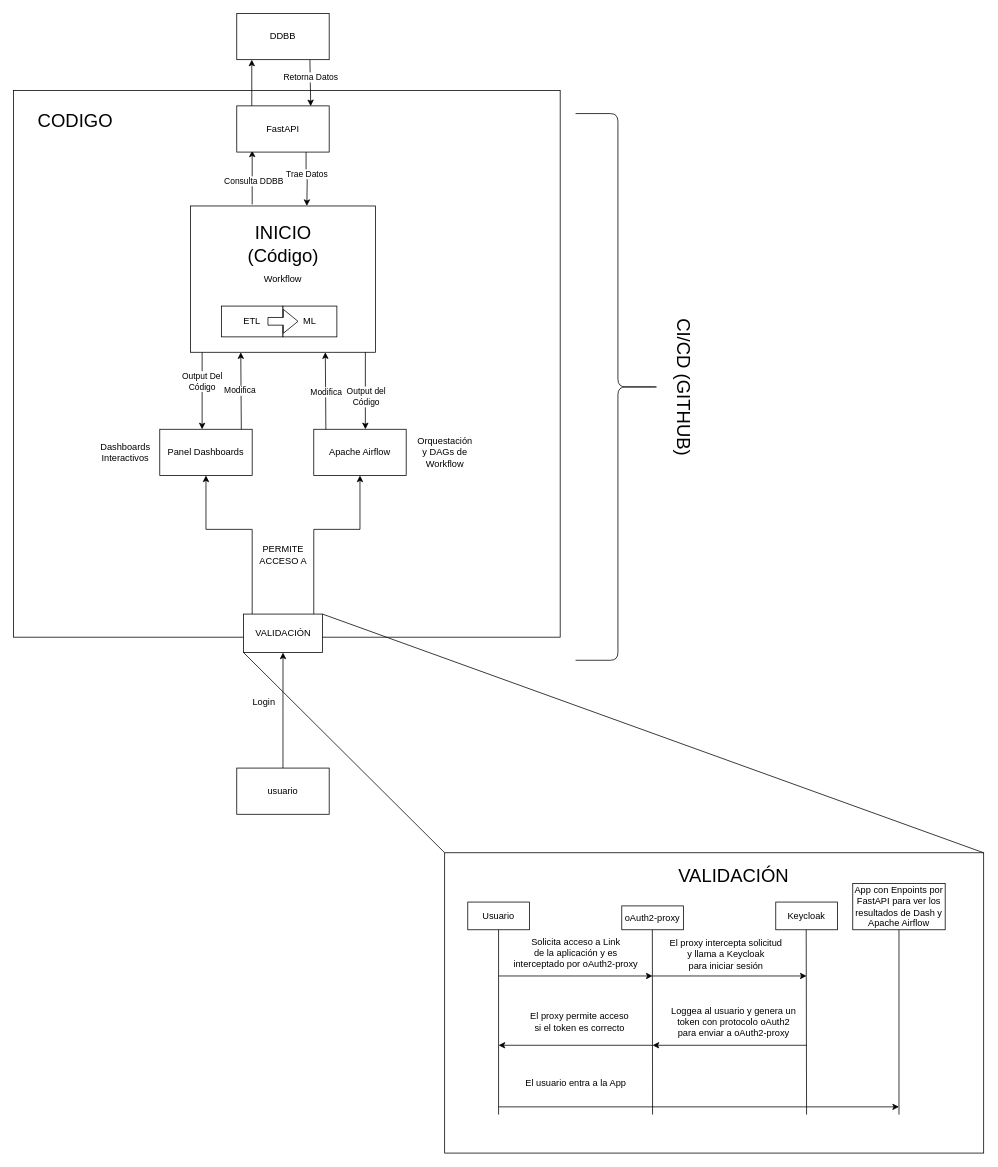
The draw.io diagram page "Diagrama general" (1 of 2) of otros/EGI-ML.drawio in Ml-For-Academic-Data/egi-frontend-prueba, before the edit. Source tidied: cells renumbered, new cells numbered last; positions are measured from the earlier drawing's top-left corner, leaving out a move shared by most shapes. Both pictures are drawn from the tidied source at 77%, with x=0, y=0 at pixel (13, 13).
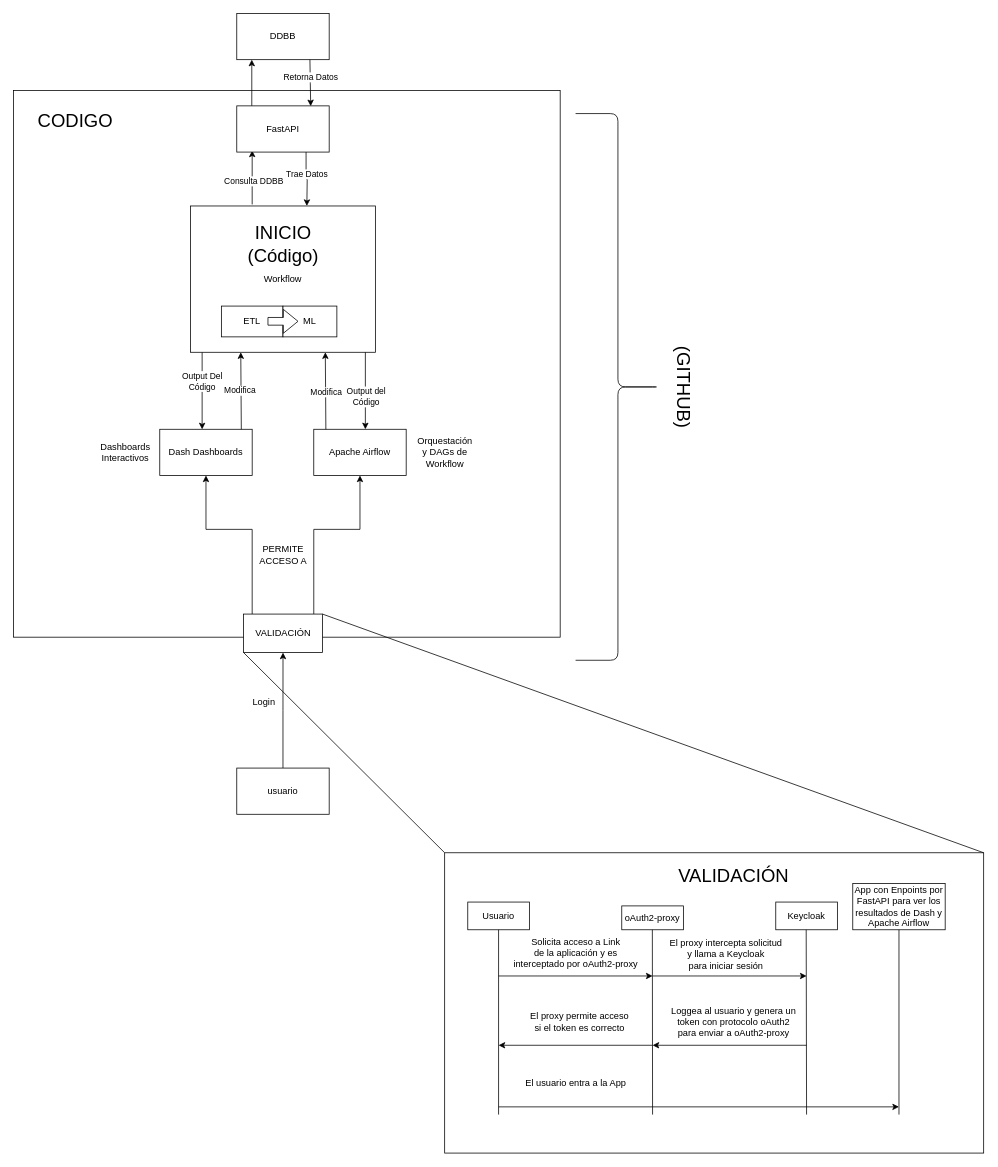
The same page after the edit.

What changed in the source:
```diff
@@
-    <mxCell id="4" value="Panel Dashboards" style="rounded=0;whiteSpace=wrap;html=1;" parent="1" vertex="1">
+    <mxCell id="4" value="Dash Dashboards" style="rounded=0;whiteSpace=wrap;html=1;" parent="1" vertex="1">
       <mxGeometry x="190" y="540" width="120" height="60" as="geometry" />
     </mxCell>
@@
-    <mxCell id="32" value="&lt;font style=&quot;font-size: 24px;&quot;&gt;CI/CD (GITHUB)&lt;/font&gt;" style="text;html=1;align=center;verticalAlign=middle;strokeColor=none;fillColor=none;rotation=90;" parent="1" vertex="1">
-      <mxGeometry x="770" y="465" width="200" height="40" as="geometry" />
+    <mxCell id="32" value="&lt;font style=&quot;font-size: 24px;&quot;&gt;(GITHUB)&lt;/font&gt;" style="text;html=1;align=center;verticalAlign=middle;strokeColor=none;fillColor=none;rotation=90;" parent="1" vertex="1">
+      <mxGeometry x="805" y="465" width="130" height="40" as="geometry" />
     </mxCell>
```
